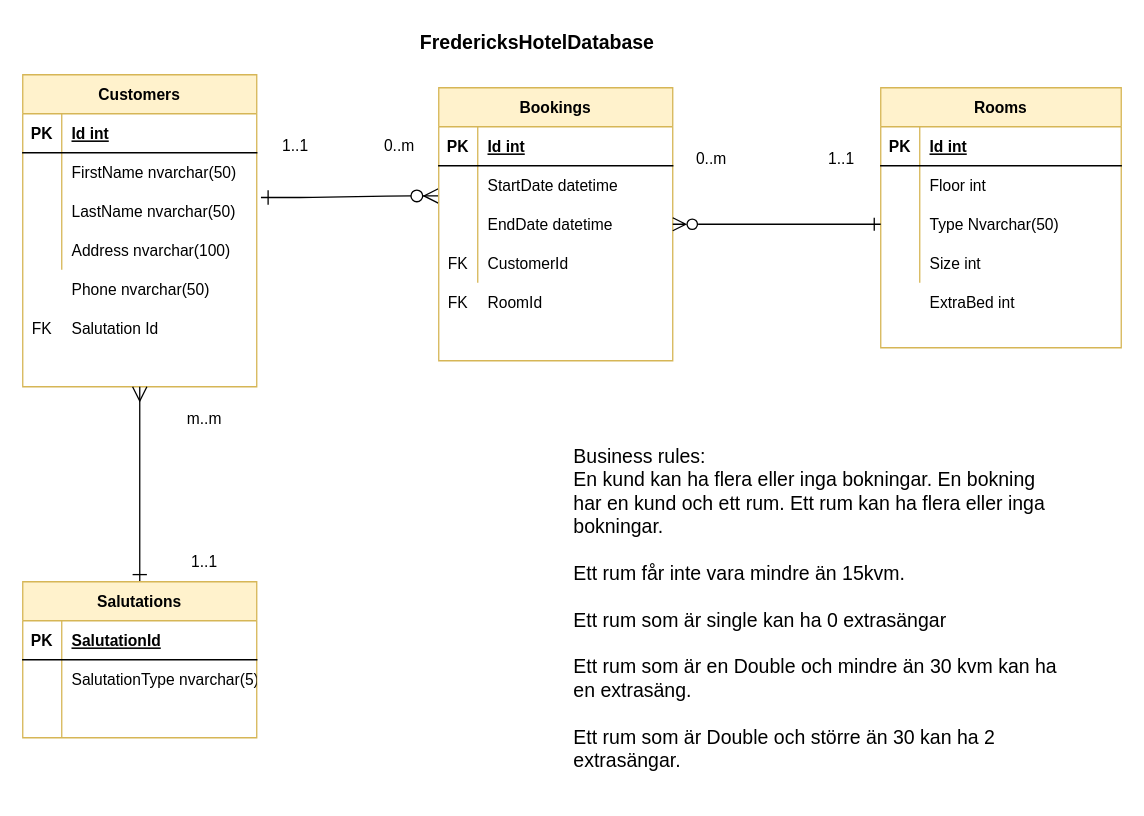
This is Extra Files/FredericksHotelDatabase.drawio from WennFr/HotelRoomManager, a draw.io file, before an edit. Source tidied: cells renumbered, new cells numbered last; positions are measured from the earlier drawing's top-left corner, leaving out a move shared by most shapes. Both pictures are drawn from the tidied source at 130%, with x=0, y=0 at pixel (22, 22).
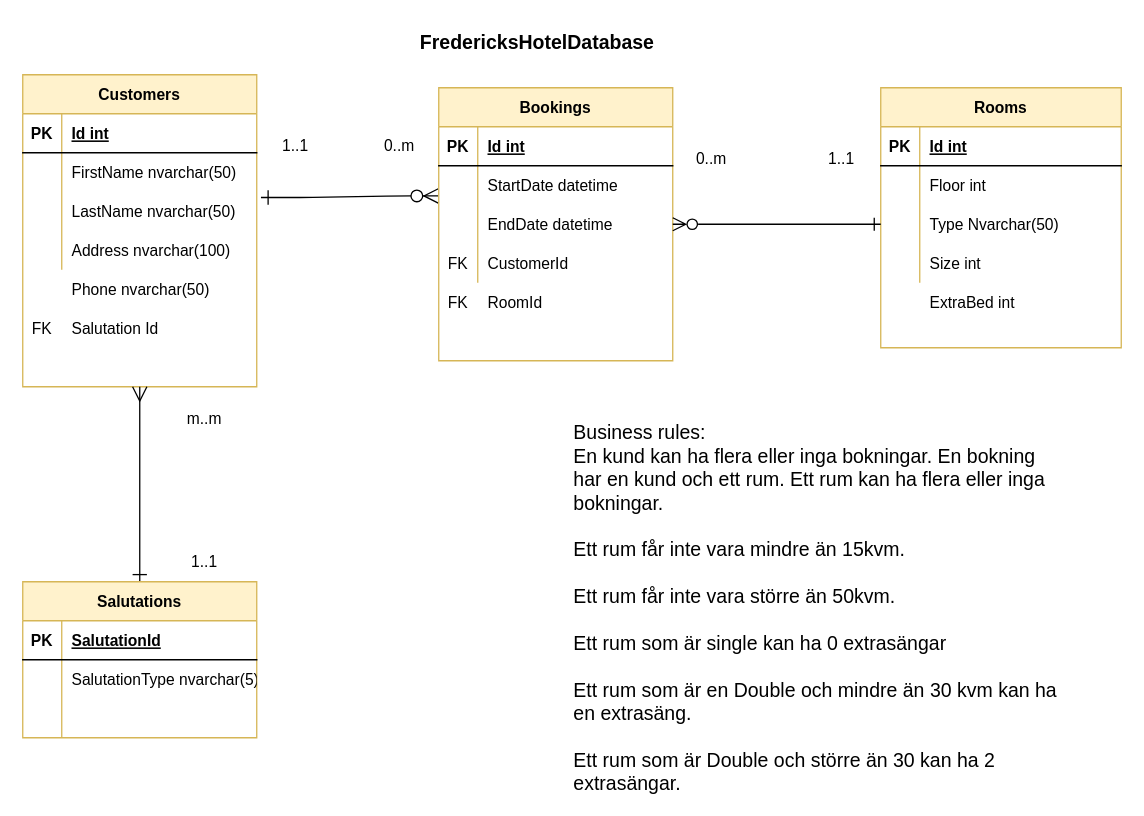
After the change.

Commit message (it also covers changes not shown here):
#54 Updated room size limit. Added changes to business rules.

The edit, as a diff of the source:
```diff
@@
-    <mxCell id="70" value="Business rules:&lt;br style=&quot;font-size: 15px;&quot;&gt;En kund kan ha flera eller inga bokningar. En bokning har en kund och ett rum. Ett rum kan ha flera eller inga bokningar.&lt;br style=&quot;font-size: 15px;&quot;&gt;&lt;br style=&quot;font-size: 15px;&quot;&gt;Ett rum får inte vara mindre än 15kvm.&lt;br style=&quot;font-size: 15px;&quot;&gt;&lt;br style=&quot;font-size: 15px;&quot;&gt;Ett rum som är single kan ha 0 extrasängar&lt;br style=&quot;font-size: 15px;&quot;&gt;&lt;br style=&quot;font-size: 15px;&quot;&gt;Ett rum som är en Double och mindre än 30 kvm kan ha en extrasäng.&lt;br style=&quot;font-size: 15px;&quot;&gt;&lt;br style=&quot;font-size: 15px;&quot;&gt;Ett rum som är Double och större än 30 kan ha 2 extrasängar.&amp;nbsp;&amp;nbsp;" style="text;html=1;strokeColor=none;fillColor=none;align=left;verticalAlign=middle;whiteSpace=wrap;rounded=0;fontSize=15;" parent="1" vertex="1">
+    <mxCell id="70" value="Business rules:&lt;br style=&quot;font-size: 15px;&quot;&gt;En kund kan ha flera eller inga bokningar. En bokning har en kund och ett rum. Ett rum kan ha flera eller inga bokningar.&lt;br style=&quot;font-size: 15px;&quot;&gt;&lt;br style=&quot;font-size: 15px;&quot;&gt;Ett rum får inte vara mindre än 15kvm.&lt;br&gt;&lt;br&gt;Ett rum får inte vara större än 50kvm.&lt;br style=&quot;font-size: 15px;&quot;&gt;&lt;br style=&quot;font-size: 15px;&quot;&gt;Ett rum som är single kan ha 0 extrasängar&lt;br style=&quot;font-size: 15px;&quot;&gt;&lt;br style=&quot;font-size: 15px;&quot;&gt;Ett rum som är en Double och mindre än 30 kvm kan ha en extrasäng.&lt;br style=&quot;font-size: 15px;&quot;&gt;&lt;br style=&quot;font-size: 15px;&quot;&gt;Ett rum som är Double och större än 30 kan ha 2 extrasängar.&amp;nbsp;&amp;nbsp;" style="text;html=1;strokeColor=none;fillColor=none;align=left;verticalAlign=middle;whiteSpace=wrap;rounded=0;fontSize=15;" parent="1" vertex="1">
       <mxGeometry x="422" y="380" width="375" height="140" as="geometry" />
     </mxCell>
```
